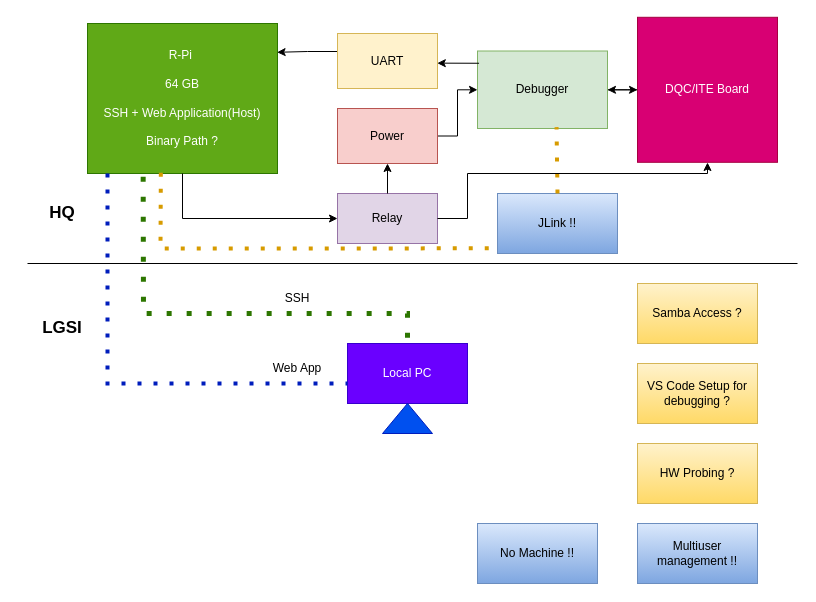
nishitp007/temp keeps this draw.io diagram as remote_setup.drawio. Above is the earlier version. Source tidied: cells renumbered, new cells numbered last; positions are measured from the earlier drawing's top-left corner, leaving out a move shared by most shapes. Both pictures are drawn from the tidied source at 100%, with x=0, y=0 at pixel (17, 17).
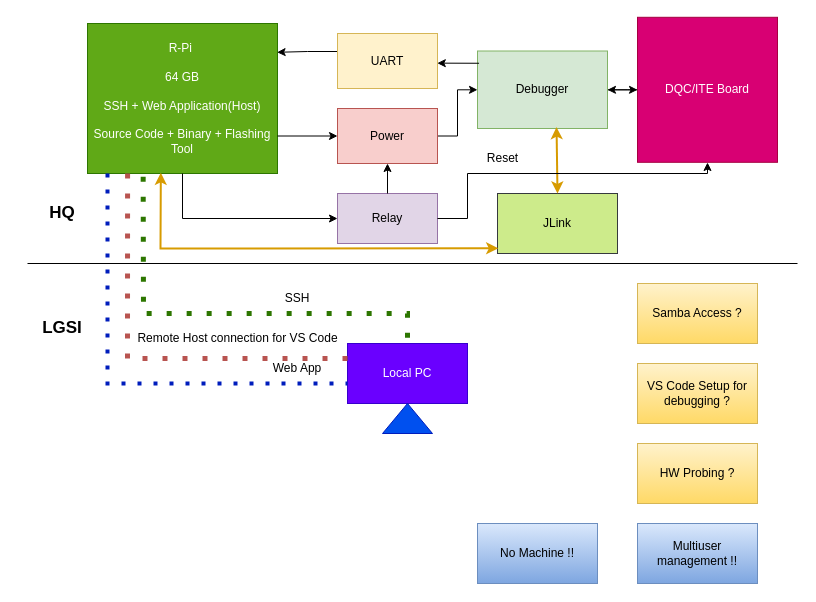
The same page after the edit.

Unchanged cells that the change refers to:
```xml
<mxCell id="2" value="Local PC" style="rounded=0;whiteSpace=wrap;html=1;fillColor=#6a00ff;strokeColor=#3700CC;fontColor=#ffffff;" parent="1" vertex="1">
  <mxGeometry x="330" y="326" width="120" height="60" as="geometry" />
</mxCell>
<mxCell id="8" value="Power" style="rounded=0;whiteSpace=wrap;html=1;fillColor=#f8cecc;strokeColor=#b85450;" parent="1" vertex="1">
  <mxGeometry x="320" y="91" width="100" height="55" as="geometry" />
</mxCell>
<mxCell id="10" value="Debugger" style="rounded=0;whiteSpace=wrap;html=1;fillColor=#d5e8d4;strokeColor=#82b366;" parent="1" vertex="1">
  <mxGeometry x="460" y="33.5" width="130" height="77.5" as="geometry" />
</mxCell>
```

The edit, as a diff of the source:
```diff
@@
-    <mxCell id="4" value="R-Pi&amp;nbsp;&lt;br&gt;&lt;br&gt;64 GB&lt;br&gt;&lt;br&gt;SSH + Web Application(Host)&lt;br&gt;&lt;br&gt;Binary Path ?" style="rounded=0;whiteSpace=wrap;html=1;fillColor=#60a917;strokeColor=#2D7600;fontColor=#ffffff;" parent="1" vertex="1">
+    <mxCell id="4" value="R-Pi&amp;nbsp;&lt;br&gt;&lt;br&gt;64 GB&lt;br&gt;&lt;br&gt;SSH + Web Application(Host)&lt;br&gt;&lt;br&gt;Source Code + Binary + Flashing Tool" style="rounded=0;whiteSpace=wrap;html=1;fillColor=#60a917;strokeColor=#2D7600;fontColor=#ffffff;" parent="1" vertex="1">
       <mxGeometry x="70" y="6" width="190" height="150" as="geometry" />
     </mxCell>
@@
-    <mxCell id="18" value="JLink !!" style="rounded=0;whiteSpace=wrap;html=1;fillColor=#dae8fc;strokeColor=#6c8ebf;gradientColor=#7ea6e0;" parent="1" vertex="1">
+    <mxCell id="18" value="JLink" style="rounded=0;whiteSpace=wrap;html=1;fillColor=#cdeb8b;strokeColor=#36393d;" parent="1" vertex="1">
       <mxGeometry x="480" y="176" width="120" height="60" as="geometry" />
     </mxCell>
@@
-    <mxCell id="26" style="endArrow=none;dashed=1;html=1;dashPattern=1 3;strokeWidth=4;rounded=0;exitX=0.5;exitY=0;exitDx=0;exitDy=0;entryX=0.608;entryY=0.982;entryDx=0;entryDy=0;entryPerimeter=0;fillColor=#ffcd28;gradientColor=#ffa500;strokeColor=#d79b00;" parent="1" edge="1" source="18" target="10">
+    <mxCell id="26" style="endArrow=classic;html=1;strokeWidth=2;rounded=0;exitX=0.5;exitY=0;exitDx=0;exitDy=0;entryX=0.608;entryY=0.982;entryDx=0;entryDy=0;entryPerimeter=0;fillColor=#ffcd28;gradientColor=#ffa500;strokeColor=#d79b00;startArrow=classic;startFill=1;endFill=1;" parent="1" edge="1" source="18" target="10">
       <mxGeometry relative="1" as="geometry" />
     </mxCell>
@@
-    <mxCell id="31" style="endArrow=none;dashed=1;html=1;dashPattern=1 3;strokeWidth=4;rounded=0;entryX=0.006;entryY=0.914;entryDx=0;entryDy=0;exitX=0.386;exitY=0.995;exitDx=0;exitDy=0;exitPerimeter=0;fillColor=#ffcd28;gradientColor=#ffa500;strokeColor=#d79b00;entryPerimeter=0;" parent="1" edge="1" source="4" target="18">
+    <mxCell id="31" style="endArrow=classic;html=1;strokeWidth=2;rounded=0;entryX=0.006;entryY=0.914;entryDx=0;entryDy=0;exitX=0.386;exitY=0.995;exitDx=0;exitDy=0;exitPerimeter=0;fillColor=#ffcd28;gradientColor=#ffa500;strokeColor=#d79b00;entryPerimeter=0;endFill=1;startArrow=classic;startFill=1;" parent="1" edge="1" source="4" target="18">
       <mxGeometry relative="1" as="geometry">
         <Array as="points">
           <mxPoint x="143" y="231" />
         </Array>
       </mxGeometry>
     </mxCell>
@@
+    <mxCell id="33" value="Reset" style="text;html=1;align=center;verticalAlign=middle;strokeColor=none;fillColor=none;" parent="1" vertex="1">
+      <mxGeometry x="460" y="126" width="50" height="30" as="geometry" />
+    </mxCell>
+    <mxCell id="34" style="endArrow=classic;html=1;rounded=0;exitX=1;exitY=0.75;exitDx=0;exitDy=0;entryX=0;entryY=0.5;entryDx=0;entryDy=0;" parent="1" edge="1" source="4" target="8">
+      <mxGeometry relative="1" as="geometry" />
+    </mxCell>
+    <mxCell id="35" style="endArrow=none;dashed=1;html=1;dashPattern=1 3;strokeWidth=5;rounded=0;exitX=0.211;exitY=1;exitDx=0;exitDy=0;exitPerimeter=0;entryX=0;entryY=0.25;entryDx=0;entryDy=0;fillColor=#f8cecc;strokeColor=#b85450;gradientColor=#ea6b66;" parent="1" edge="1" source="4" target="2">
+      <mxGeometry relative="1" as="geometry">
+        <Array as="points">
+          <mxPoint x="110" y="341" />
+        </Array>
+      </mxGeometry>
+    </mxCell>
+    <mxCell id="36" value="Remote Host connection for VS Code" style="text;html=1;align=center;verticalAlign=middle;strokeColor=none;fillColor=none;" parent="1" vertex="1">
+      <mxGeometry x="110" y="306" width="220" height="30" as="geometry" />
+    </mxCell>
```
